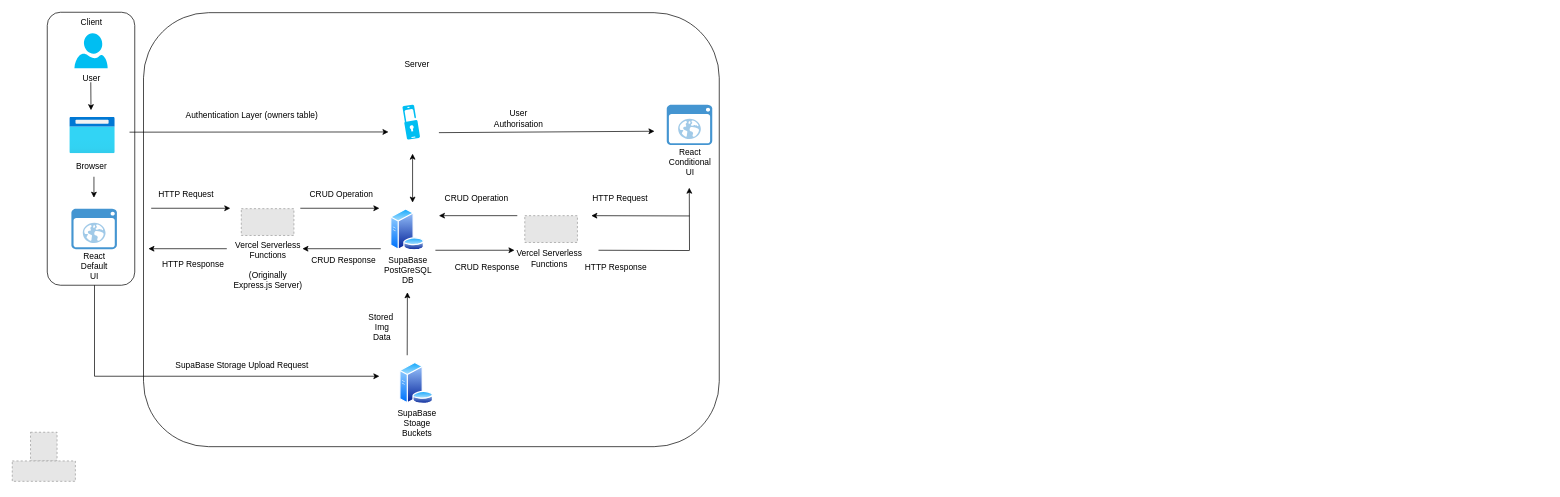
Before: plan/AppFlow.drawio in jacobfield/pawsome-walks, a draw.io diagram. Source tidied: cells renumbered, new cells numbered last; positions are measured from the earlier drawing's top-left corner, leaving out a move shared by most shapes. Both pictures are drawn from the tidied source at 70%, with x=0, y=0 at pixel (12, 12). Pictures stored in the file or linked from it are replaced by grey dashed boxes.
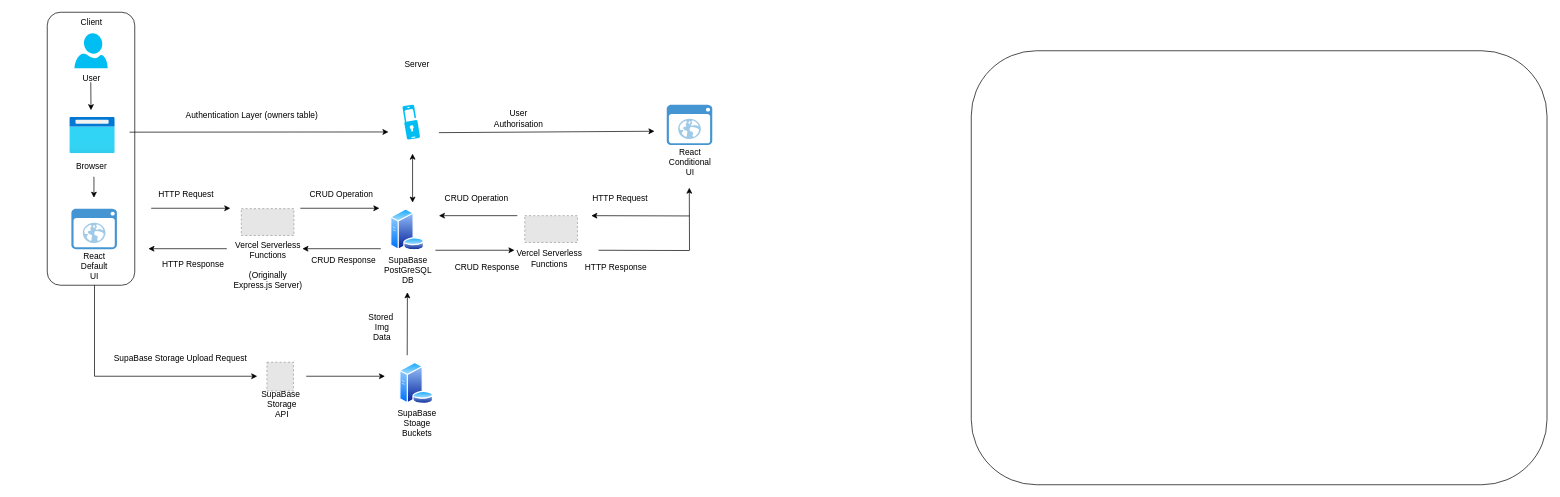
The same page after the edit.

Commit message:
before moving sb helpers folder

The edit, as a diff of the source:
```diff
@@
     <mxCell id="2" style="rounded=1;whiteSpace=wrap;html=1;fillColor=none;" parent="1" vertex="1">
-      <mxGeometry x="187.5" y="0.6" width="822.5" height="620" as="geometry" />
+      <mxGeometry x="1370" y="55" width="822.5" height="620" as="geometry" />
     </mxCell>
@@
-    <mxCell id="28" style="endArrow=classic;html=1;" parent="1" edge="1">
-      <mxGeometry relative="1" as="geometry">
-        <mxPoint x="117.5" y="520" as="sourcePoint" />
-        <mxPoint x="524.5" y="520" as="targetPoint" />
-      </mxGeometry>
-    </mxCell>
     <mxCell id="29" value="SupaBase Storage Upload Request" style="text;html=1;align=center;verticalAlign=middle;strokeColor=none;fillColor=none;" parent="1" vertex="1">
-      <mxGeometry x="222.5" y="490" width="210" height="30" as="geometry" />
+      <mxGeometry x="134.8" y="480" width="210" height="30" as="geometry" />
     </mxCell>
@@
-    <mxCell id="54" style="group;" parent="1" vertex="1">
-      <mxGeometry y="600" width="90.2" height="70.1" as="geometry" />
-    </mxCell>
+    <mxCell id="57" style="group;" parent="1" vertex="1">
+      <mxGeometry x="344.8" y="500" width="80" height="90" as="geometry" />
+    </mxCell>
-    <mxCell id="55" style="fillColor=#E6E6E6;strokeColor=#999999;dashed=1;verticalLabelPosition=bottom;labelBackgroundColor=default;verticalAlign=top;" parent="54" vertex="1">
-      <mxGeometry x="26.1" width="37.9" height="41" as="geometry" />
+    <mxCell id="55" style="fillColor=#E6E6E6;strokeColor=#999999;dashed=1;verticalLabelPosition=bottom;labelBackgroundColor=default;verticalAlign=top;" parent="57" vertex="1">
+      <mxGeometry x="19" width="37.9" height="41" as="geometry" />
     </mxCell>
-    <mxCell id="56" style="fillColor=#E6E6E6;strokeColor=#999999;dashed=1;verticalLabelPosition=bottom;labelBackgroundColor=default;verticalAlign=top;" parent="54" vertex="1">
-      <mxGeometry y="41" width="90.2" height="29.1" as="geometry" />
-    </mxCell>
+    <mxCell id="58" value="SupaBase&amp;nbsp;&lt;br&gt;Storage&lt;br&gt;API" style="text;html=1;align=center;verticalAlign=middle;strokeColor=none;fillColor=none;" parent="57" vertex="1">
+      <mxGeometry y="30" width="80" height="60" as="geometry" />
+    </mxCell>
+    <mxCell id="59" style="endArrow=classic;html=1;" parent="1" edge="1">
+      <mxGeometry relative="1" as="geometry">
+        <mxPoint x="117.5" y="520" as="sourcePoint" />
+        <mxPoint x="350" y="520" as="targetPoint" />
+      </mxGeometry>
+    </mxCell>
+    <mxCell id="60" style="endArrow=classic;html=1;" parent="1" edge="1">
+      <mxGeometry relative="1" as="geometry">
+        <mxPoint x="420" y="520" as="sourcePoint" />
+        <mxPoint x="532.5" y="520" as="targetPoint" />
+      </mxGeometry>
+    </mxCell>
```
